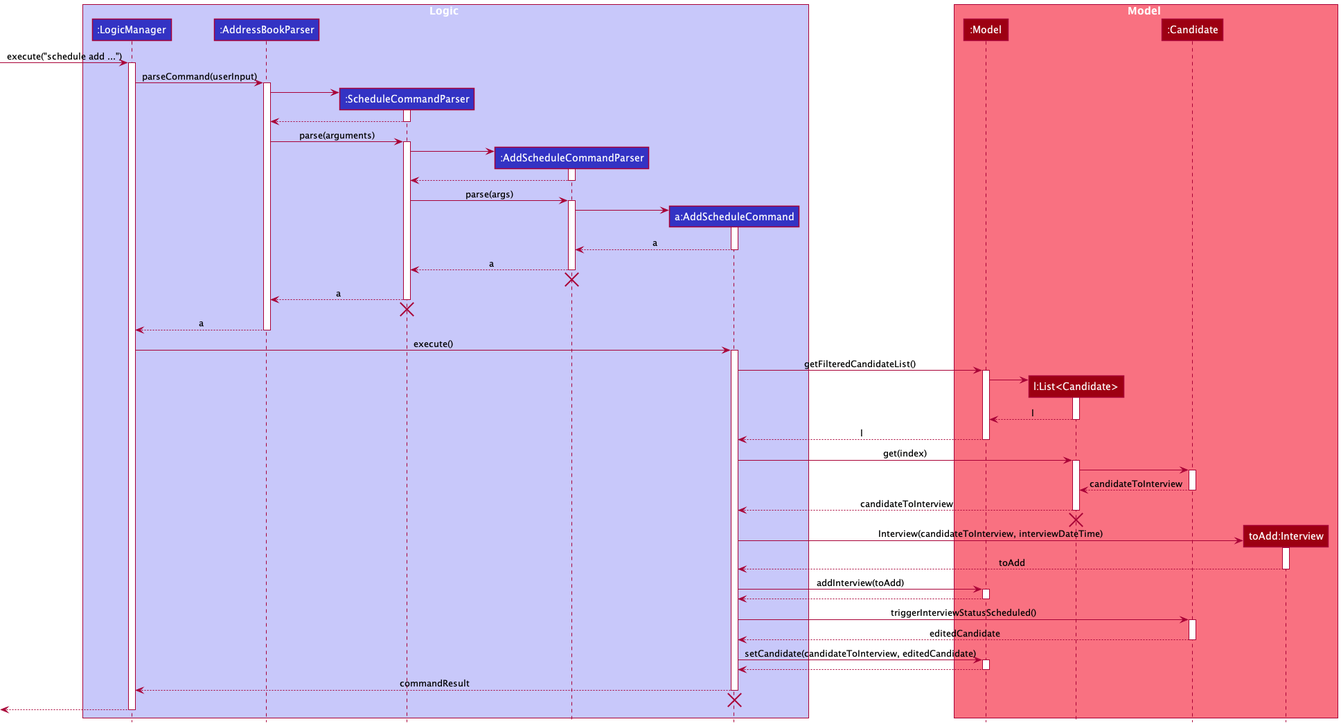
nus-cs2103-AY2122S2/tp keeps this PlantUML diagram as docs/images/AddScheduleSequenceDiagram.png. Above is the earlier version.
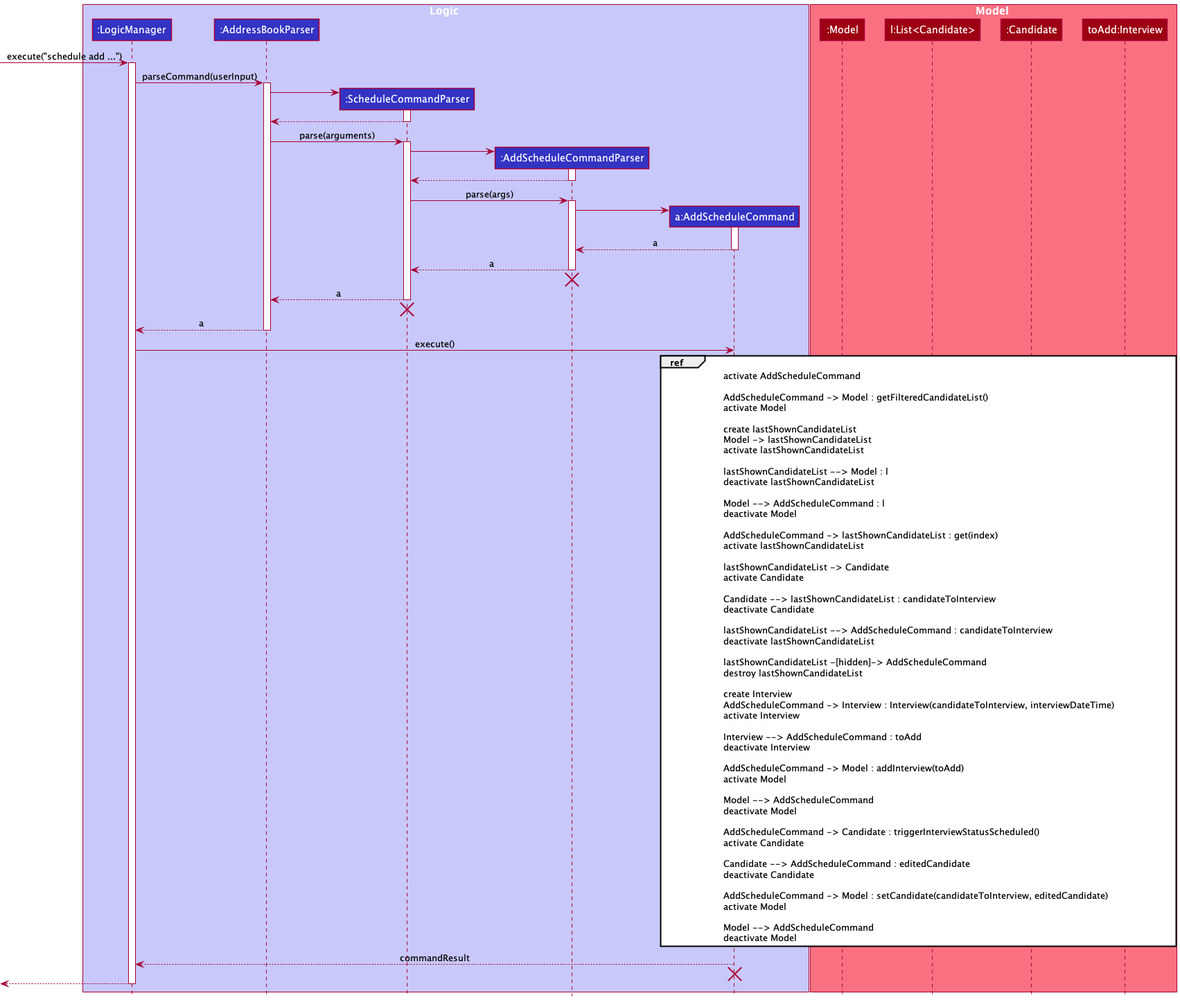
The same file after the commit.

Commit message:
Reduce width of Sequence Diagram

Change to the diagram source:
```diff
@@ -66,6 +66,7 @@
 deactivate AddressBookParser
 
 LogicManager -> AddScheduleCommand : execute()
+ref over AddScheduleCommand, Model, Candidate, Interview
 activate AddScheduleCommand
 
 AddScheduleCommand -> Model : getFilteredCandidateList()
@@ -120,7 +121,7 @@
 
 Model --> AddScheduleCommand
 deactivate Model
-
+end ref
 AddScheduleCommand --> LogicManager : commandResult
 deactivate AddScheduleCommand
 
```
